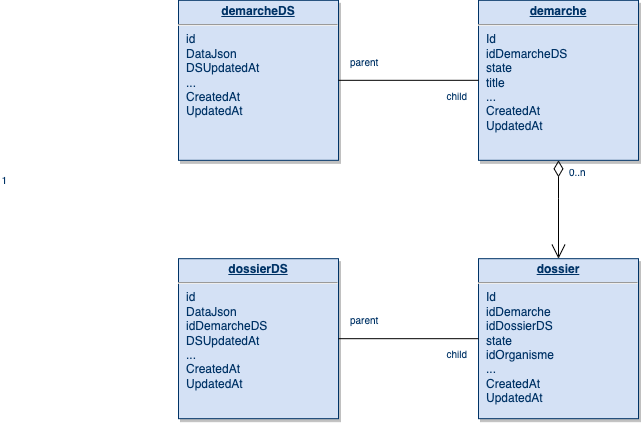
Earlier version of the draw.io export docs/database/biblioNum_database.png (dnum-mi/bibliotheque-numerique). Source tidied: cells renumbered, new cells last; positions are measured from the earlier drawing's top-left corner, leaving out a move shared by most shapes.
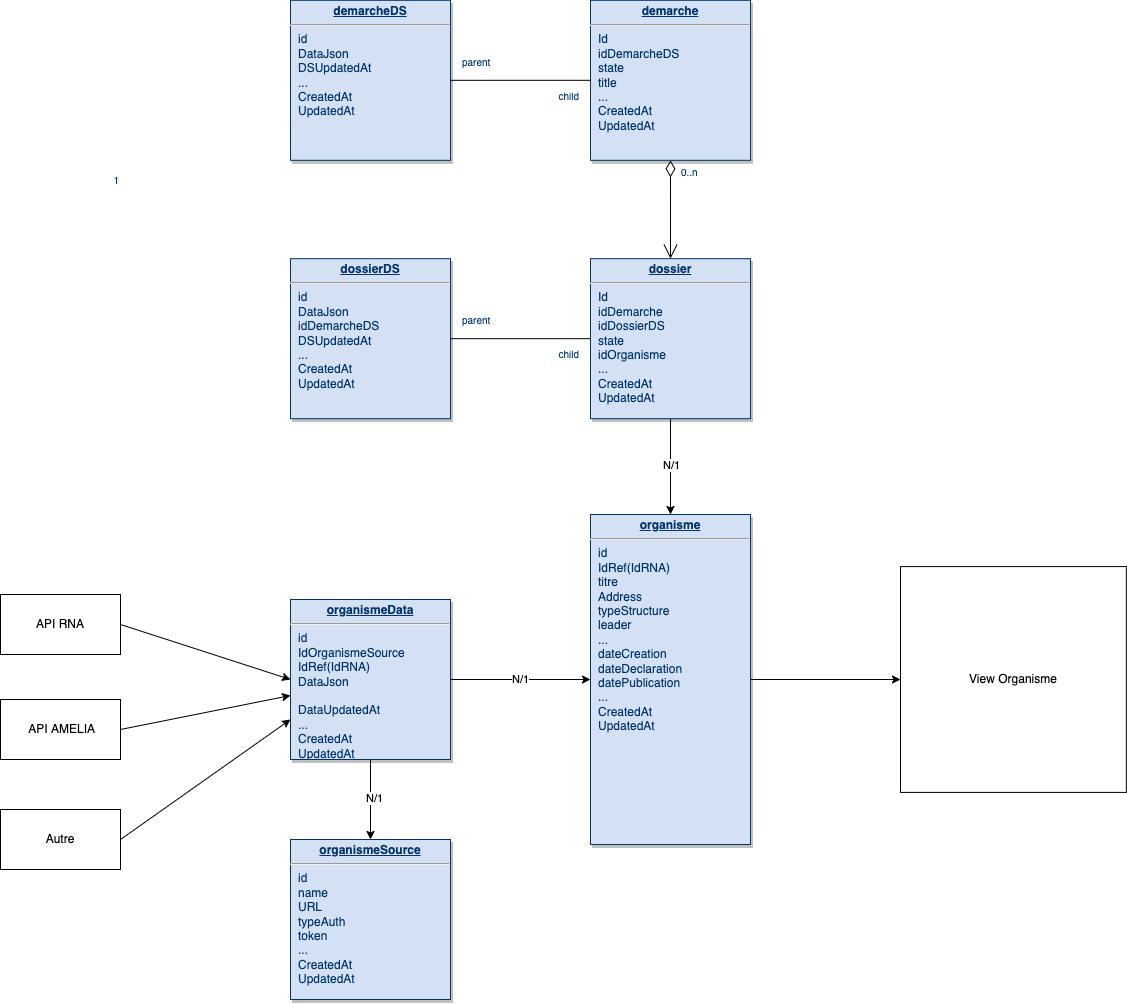
The same diagram one commit later.

The edit, as a diff of the source:
```diff
@@ -39,6 +39,12 @@
         <mxPoint x="-10" y="23.8" as="offset" />
       </mxGeometry>
     </mxCell>
+    <mxCell id="15" style="edgeStyle=orthogonalEdgeStyle;rounded=0;jettySize=auto;html=1;" parent="1" edge="1" source="10" target="24">
+      <mxGeometry relative="1" as="geometry" />
+    </mxCell>
+    <mxCell id="16" value="N/1" style="edgeLabel;html=1;align=center;verticalAlign=middle;" parent="15" vertex="1">
+      <mxGeometry x="-0.04" relative="1" as="geometry" />
+    </mxCell>
     <mxCell id="10" value="&lt;p style=&quot;margin: 0px; margin-top: 4px; text-align: center; text-decoration: underline;&quot;&gt;&lt;b&gt;dossier&lt;/b&gt;&lt;/p&gt;&lt;hr&gt;&lt;p style=&quot;margin: 0px; margin-left: 8px;&quot;&gt;Id&lt;/p&gt;&lt;p style=&quot;margin: 0px; margin-left: 8px;&quot;&gt;idDemarche&lt;/p&gt;&lt;p style=&quot;margin: 0px; margin-left: 8px;&quot;&gt;idDossierDS&lt;/p&gt;&lt;p style=&quot;margin: 0px; margin-left: 8px;&quot;&gt;state&lt;/p&gt;&lt;p style=&quot;margin: 0px; margin-left: 8px;&quot;&gt;idOrganisme&lt;/p&gt;&lt;p style=&quot;margin: 0px; margin-left: 8px;&quot;&gt;...&lt;/p&gt;&lt;p style=&quot;margin: 0px; margin-left: 8px;&quot;&gt;CreatedAt&lt;/p&gt;&lt;p style=&quot;margin: 0px; margin-left: 8px;&quot;&gt;UpdatedAt&lt;/p&gt;" style="verticalAlign=top;align=left;overflow=fill;fontSize=12;fontFamily=Helvetica;html=1;strokeColor=#003366;shadow=1;fillColor=#D4E1F5;fontColor=#003366;" parent="1" vertex="1">
       <mxGeometry x="300" y="258.2" width="160" height="160" as="geometry" />
     </mxCell>
@@ -58,5 +64,47 @@
         <mxPoint x="-10" y="23.8" as="offset" />
       </mxGeometry>
     </mxCell>
+    <mxCell id="17" style="edgeStyle=orthogonalEdgeStyle;rounded=0;jettySize=auto;html=1;" parent="1" edge="1" source="19" target="29">
+      <mxGeometry relative="1" as="geometry" />
+    </mxCell>
+    <mxCell id="18" value="N/1" style="edgeLabel;html=1;align=center;verticalAlign=middle;" parent="17" vertex="1">
+      <mxGeometry x="-0.04" y="3" relative="1" as="geometry" />
+    </mxCell>
+    <mxCell id="19" value="&lt;p style=&quot;margin: 4px 0px 0px; text-align: center;&quot;&gt;&lt;b&gt;&lt;u&gt;organismeData&lt;/u&gt;&lt;/b&gt;&lt;br&gt;&lt;/p&gt;&lt;hr&gt;&lt;p style=&quot;margin: 0px; margin-left: 8px;&quot;&gt;id&lt;/p&gt;&lt;p style=&quot;margin: 0px; margin-left: 8px;&quot;&gt;IdOrganismeSource&lt;/p&gt;&lt;p style=&quot;margin: 0px; margin-left: 8px;&quot;&gt;IdRef(IdRNA)&lt;/p&gt;&lt;p style=&quot;margin: 0px; margin-left: 8px;&quot;&gt;DataJson&lt;/p&gt;&lt;p style=&quot;margin: 0px; margin-left: 8px;&quot;&gt;&lt;br&gt;&lt;/p&gt;&lt;p style=&quot;margin: 0px; margin-left: 8px;&quot;&gt;DataUpdatedAt&lt;br&gt;&lt;/p&gt;&lt;p style=&quot;margin: 0px; margin-left: 8px;&quot;&gt;...&lt;/p&gt;&lt;p style=&quot;margin: 0px; margin-left: 8px;&quot;&gt;CreatedAt&lt;/p&gt;&lt;p style=&quot;margin: 0px; margin-left: 8px;&quot;&gt;UpdatedAt&lt;/p&gt;&lt;p style=&quot;margin: 0px; margin-left: 8px;&quot;&gt;&lt;br&gt;&lt;/p&gt;" style="verticalAlign=top;align=left;overflow=fill;fontSize=12;fontFamily=Helvetica;html=1;strokeColor=#003366;shadow=1;fillColor=#D4E1F5;fontColor=#003366;" parent="1" vertex="1">
+      <mxGeometry y="599" width="160" height="160" as="geometry" />
+    </mxCell>
+    <mxCell id="20" value="Autre" style="rounded=0;whiteSpace=wrap;html=1;" parent="1" vertex="1">
+      <mxGeometry x="-290" y="809" width="120" height="60" as="geometry" />
+    </mxCell>
+    <mxCell id="21" value="API RNA" style="rounded=0;whiteSpace=wrap;html=1;" parent="1" vertex="1">
+      <mxGeometry x="-290" y="594" width="120" height="60" as="geometry" />
+    </mxCell>
+    <mxCell id="22" value="&amp;nbsp;API AMELIA" style="rounded=0;whiteSpace=wrap;html=1;" parent="1" vertex="1">
+      <mxGeometry x="-290" y="699" width="120" height="60" as="geometry" />
+    </mxCell>
+    <mxCell id="23" style="edgeStyle=orthogonalEdgeStyle;rounded=0;jettySize=auto;html=1;entryX=0;entryY=0.5;entryDx=0;entryDy=0;" parent="1" edge="1" source="24" target="25">
+      <mxGeometry relative="1" as="geometry" />
+    </mxCell>
+    <mxCell id="24" value="&lt;p style=&quot;margin: 4px 0px 0px; text-align: center;&quot;&gt;&lt;b&gt;&lt;u&gt;organisme&lt;/u&gt;&lt;/b&gt;&lt;br&gt;&lt;/p&gt;&lt;hr&gt;&lt;p style=&quot;margin: 0px; margin-left: 8px;&quot;&gt;id&lt;/p&gt;&lt;p style=&quot;margin: 0px; margin-left: 8px;&quot;&gt;IdRef(IdRNA)&lt;br&gt;&lt;/p&gt;&lt;p style=&quot;margin: 0px; margin-left: 8px;&quot;&gt;&lt;span class=&quot;pl-pds&quot;&gt;titre&lt;/span&gt;&lt;/p&gt;&lt;p style=&quot;margin: 0px; margin-left: 8px;&quot;&gt;Address&lt;/p&gt;&lt;p style=&quot;margin: 0px; margin-left: 8px;&quot;&gt;&lt;span class=&quot;pl-pds&quot;&gt;typeStructure&lt;/span&gt;&lt;/p&gt;&lt;p style=&quot;margin: 0px; margin-left: 8px;&quot;&gt;&lt;span class=&quot;pl-pds&quot;&gt;leader&lt;/span&gt;&lt;/p&gt;&lt;p style=&quot;margin: 0px; margin-left: 8px;&quot;&gt;&lt;span class=&quot;pl-pds&quot;&gt;...&lt;/span&gt;&lt;/p&gt;&lt;p style=&quot;margin: 0px; margin-left: 8px;&quot;&gt;&lt;span class=&quot;pl-pds&quot;&gt;&lt;span class=&quot;pl-pds&quot;&gt;dateCreation&lt;/span&gt;&lt;span class=&quot;pl-kos&quot;&gt;&lt;/span&gt;&lt;br&gt;&lt;/span&gt;&lt;/p&gt;&lt;p style=&quot;margin: 0px; margin-left: 8px;&quot;&gt;&lt;span class=&quot;pl-pds&quot;&gt;&lt;span class=&quot;pl-pds&quot;&gt;&lt;span class=&quot;pl-pds&quot;&gt;dateDeclaration&lt;/span&gt;&lt;span class=&quot;pl-kos&quot;&gt;&lt;/span&gt;&lt;br&gt;&lt;/span&gt;&lt;/span&gt;&lt;/p&gt;&lt;p style=&quot;margin: 0px; margin-left: 8px;&quot;&gt;&lt;span class=&quot;pl-pds&quot;&gt;datePublication&lt;/span&gt;&lt;br&gt;&lt;/p&gt;&lt;p style=&quot;margin: 0px; margin-left: 8px;&quot;&gt;...&lt;/p&gt;&lt;p style=&quot;margin: 0px; margin-left: 8px;&quot;&gt;CreatedAt&lt;/p&gt;&lt;p style=&quot;margin: 0px; margin-left: 8px;&quot;&gt;UpdatedAt&lt;/p&gt;&lt;p style=&quot;margin: 0px; margin-left: 8px;&quot;&gt;&lt;br&gt;&lt;/p&gt;" style="verticalAlign=top;align=left;overflow=fill;fontSize=12;fontFamily=Helvetica;html=1;strokeColor=#003366;shadow=1;fillColor=#D4E1F5;fontColor=#003366;" parent="1" vertex="1">
+      <mxGeometry x="300" y="514" width="160" height="330" as="geometry" />
+    </mxCell>
+    <mxCell id="25" value="View Organisme" style="whiteSpace=wrap;html=1;" parent="1" vertex="1">
+      <mxGeometry x="610" y="566.1" width="225.8" height="225.8" as="geometry" />
+    </mxCell>
+    <mxCell id="26" style="endArrow=classic;html=1;rounded=0;exitX=1;exitY=0.5;exitDx=0;exitDy=0;entryX=0;entryY=0.5;entryDx=0;entryDy=0;" parent="1" edge="1" source="21" target="19">
+      <mxGeometry relative="1" as="geometry" />
+    </mxCell>
+    <mxCell id="27" style="endArrow=classic;html=1;rounded=0;exitX=1;exitY=0.5;exitDx=0;exitDy=0;" parent="1" edge="1" source="22" target="19">
+      <mxGeometry relative="1" as="geometry" />
+    </mxCell>
+    <mxCell id="28" style="endArrow=classic;html=1;rounded=0;exitX=1;exitY=0.5;exitDx=0;exitDy=0;entryX=0;entryY=0.75;entryDx=0;entryDy=0;" parent="1" edge="1" source="20" target="19">
+      <mxGeometry relative="1" as="geometry" />
+    </mxCell>
+    <mxCell id="29" value="&lt;p style=&quot;margin: 4px 0px 0px; text-align: center;&quot;&gt;&lt;b&gt;&lt;u&gt;organismeSource&lt;/u&gt;&lt;/b&gt;&lt;br&gt;&lt;/p&gt;&lt;hr&gt;&lt;p style=&quot;margin: 0px; margin-left: 8px;&quot;&gt;id&lt;/p&gt;&lt;p style=&quot;margin: 0px; margin-left: 8px;&quot;&gt;name&lt;/p&gt;&lt;p style=&quot;margin: 0px; margin-left: 8px;&quot;&gt;URL&lt;/p&gt;&lt;p style=&quot;margin: 0px; margin-left: 8px;&quot;&gt;typeAuth&lt;/p&gt;&lt;p style=&quot;margin: 0px; margin-left: 8px;&quot;&gt;token&lt;/p&gt;&lt;p style=&quot;margin: 0px; margin-left: 8px;&quot;&gt;...&lt;/p&gt;&lt;p style=&quot;margin: 0px; margin-left: 8px;&quot;&gt;CreatedAt&lt;/p&gt;&lt;p style=&quot;margin: 0px; margin-left: 8px;&quot;&gt;UpdatedAt&lt;/p&gt;&lt;p style=&quot;margin: 0px; margin-left: 8px;&quot;&gt;&lt;br&gt;&lt;/p&gt;" style="verticalAlign=top;align=left;overflow=fill;fontSize=12;fontFamily=Helvetica;html=1;strokeColor=#003366;shadow=1;fillColor=#D4E1F5;fontColor=#003366;" parent="1" vertex="1">
+      <mxGeometry y="839" width="160" height="160" as="geometry" />
+    </mxCell>
+    <mxCell id="30" value="N/1" style="endArrow=classic;html=1;rounded=0;exitX=1;exitY=0.5;exitDx=0;exitDy=0;entryX=0;entryY=0.5;entryDx=0;entryDy=0;" parent="1" edge="1" source="19" target="24">
+      <mxGeometry relative="1" as="geometry" />
+    </mxCell>
   </root>
 </mxGraphModel>
```
